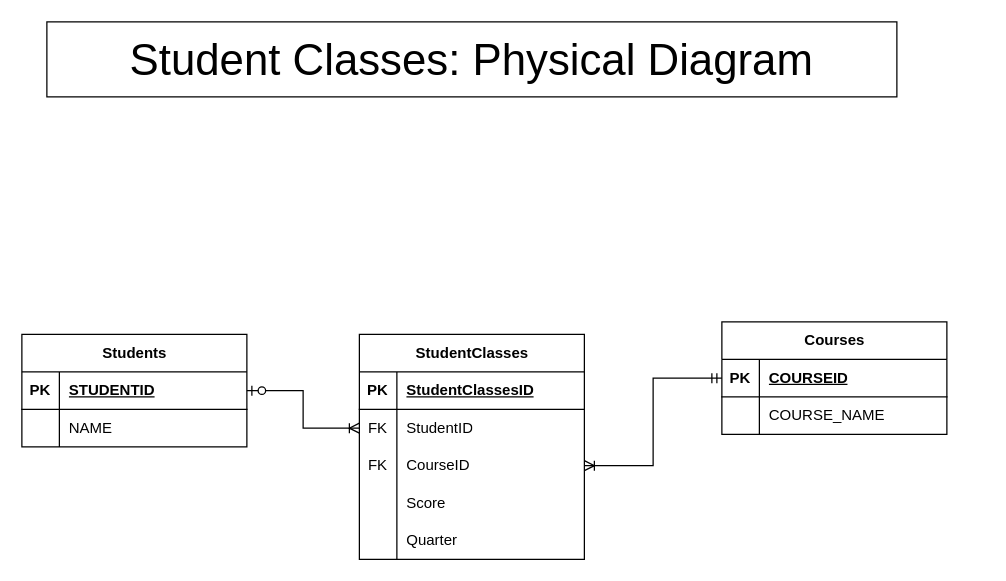
Before: Student Courses Physical Diagram.drawio in JohnBMcAllister/DrawIODiagrams, a draw.io diagram. Source tidied: cells renumbered, new cells numbered last; positions are measured from the earlier drawing's top-left corner, leaving out a move shared by most shapes. Both pictures are drawn from the tidied source at 125%, with x=0, y=0 at pixel (21, 21).
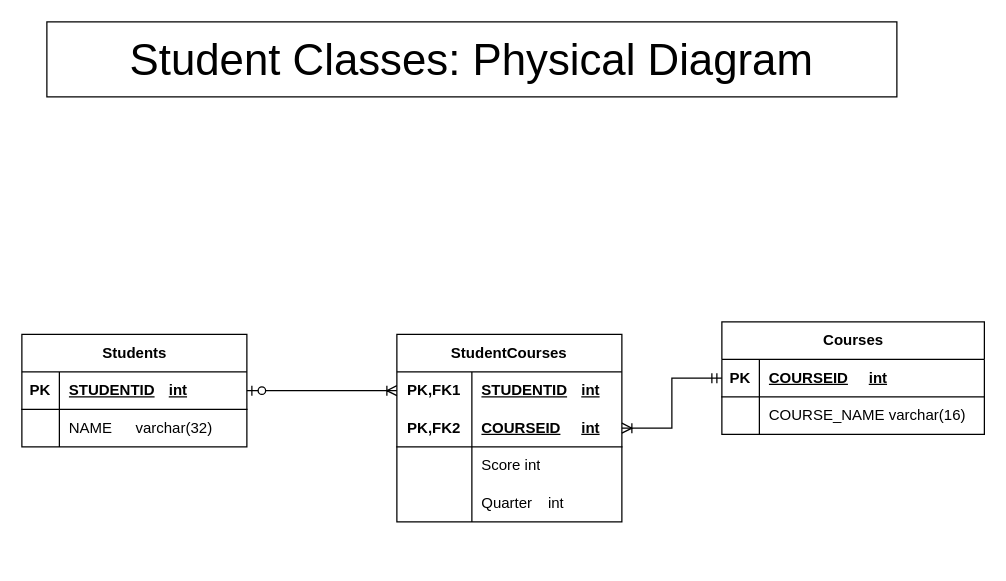
After the change.

Unchanged cells that the change refers to:
```xml
<mxCell id="11" style="shape=tableRow;horizontal=0;startSize=0;swimlaneHead=0;swimlaneBody=0;fillColor=none;points=[[0,0.5],[1,0.5]];portConstraint=eastwest;top=0;left=0;right=0;bottom=1;" parent="10" vertex="1">
  <mxGeometry y="30" width="180" height="30" as="geometry" />
</mxCell>
<mxCell id="14" style="shape=tableRow;horizontal=0;startSize=0;swimlaneHead=0;swimlaneBody=0;fillColor=none;top=0;left=0;right=0;bottom=0;" parent="10" vertex="1">
  <mxGeometry y="60" width="180" height="30" as="geometry" />
</mxCell>
```

What changed in the source:
```diff
@@
     <mxCell id="3" value="Courses" style="shape=table;startSize=30;childLayout=tableLayout;rowLines=0;fontStyle=1;align=center;html=1;" parent="1" vertex="1">
-      <mxGeometry x="560" y="240" width="180" height="90" as="geometry" />
+      <mxGeometry x="560" y="240" width="210" height="90" as="geometry" />
     </mxCell>
     <mxCell id="4" style="shape=tableRow;horizontal=0;startSize=0;swimlaneHead=0;swimlaneBody=0;fillColor=none;points=[[0,0.5],[1,0.5]];portConstraint=eastwest;top=0;left=0;right=0;bottom=1;" parent="3" vertex="1">
-      <mxGeometry y="30" width="180" height="30" as="geometry" />
+      <mxGeometry y="30" width="210" height="30" as="geometry" />
     </mxCell>
@@
-    <mxCell id="6" value="COURSEID" style="shape=partialRectangle;fillColor=none;top=0;left=0;bottom=0;right=0;align=left;spacingLeft=6;fontStyle=5;overflow=hidden;whiteSpace=wrap;html=1;" parent="4" vertex="1">
-      <mxGeometry x="30" width="150" height="30" as="geometry" />
+    <mxCell id="6" value="COURSEID&lt;span style=&quot;white-space: pre;&quot;&gt;&#9;&lt;/span&gt;int" style="shape=partialRectangle;fillColor=none;top=0;left=0;bottom=0;right=0;align=left;spacingLeft=6;fontStyle=5;overflow=hidden;whiteSpace=wrap;html=1;" parent="4" vertex="1">
+      <mxGeometry x="30" width="180" height="30" as="geometry" />
     </mxCell>
     <mxCell id="7" style="shape=tableRow;horizontal=0;startSize=0;swimlaneHead=0;swimlaneBody=0;fillColor=none;top=0;left=0;right=0;bottom=0;" parent="3" vertex="1">
-      <mxGeometry y="60" width="180" height="30" as="geometry" />
+      <mxGeometry y="60" width="210" height="30" as="geometry" />
     </mxCell>
@@
-    <mxCell id="9" value="COURSE_NAME" style="shape=partialRectangle;fillColor=none;top=0;left=0;bottom=0;right=0;align=left;spacingLeft=6;overflow=hidden;whiteSpace=wrap;html=1;" parent="7" vertex="1">
-      <mxGeometry x="30" width="150" height="30" as="geometry" />
+    <mxCell id="9" value="COURSE_NAME varchar(16)" style="shape=partialRectangle;fillColor=none;top=0;left=0;bottom=0;right=0;align=left;spacingLeft=6;overflow=hidden;whiteSpace=wrap;html=1;" parent="7" vertex="1">
+      <mxGeometry x="30" width="180" height="30" as="geometry" />
     </mxCell>
@@
-    <mxCell id="13" value="STUDENTID" style="shape=partialRectangle;fillColor=none;top=0;left=0;bottom=0;right=0;align=left;spacingLeft=6;fontStyle=5;overflow=hidden;whiteSpace=wrap;html=1;" parent="11" vertex="1">
+    <mxCell id="13" value="STUDENTID&lt;span style=&quot;white-space: pre;&quot;&gt;&#9;&lt;/span&gt;int" style="shape=partialRectangle;fillColor=none;top=0;left=0;bottom=0;right=0;align=left;spacingLeft=6;fontStyle=5;overflow=hidden;whiteSpace=wrap;html=1;" parent="11" vertex="1">
       <mxGeometry x="30" width="150" height="30" as="geometry" />
     </mxCell>
@@
-    <mxCell id="16" value="NAME" style="shape=partialRectangle;fillColor=none;top=0;left=0;bottom=0;right=0;align=left;spacingLeft=6;overflow=hidden;whiteSpace=wrap;html=1;" parent="14" vertex="1">
+    <mxCell id="16" value="NAME&lt;span style=&quot;white-space: pre;&quot;&gt;&#9;&lt;/span&gt;varchar(32)" style="shape=partialRectangle;fillColor=none;top=0;left=0;bottom=0;right=0;align=left;spacingLeft=6;overflow=hidden;whiteSpace=wrap;html=1;" parent="14" vertex="1">
       <mxGeometry x="30" width="150" height="30" as="geometry" />
     </mxCell>
-    <mxCell id="17" value="StudentClasses" style="shape=table;startSize=30;childLayout=tableLayout;rowLines=0;fontStyle=1;align=center;html=1;" parent="1" vertex="1">
-      <mxGeometry x="270" y="250" width="180" height="180" as="geometry" />
-    </mxCell>
-    <mxCell id="18" style="shape=tableRow;horizontal=0;startSize=0;swimlaneHead=0;swimlaneBody=0;fillColor=none;top=0;left=0;right=0;bottom=1;" parent="17" vertex="1">
-      <mxGeometry y="30" width="180" height="30" as="geometry" />
-    </mxCell>
-    <mxCell id="19" value="PK" style="shape=partialRectangle;fillColor=none;top=0;left=0;bottom=0;right=0;fontStyle=1;overflow=hidden;whiteSpace=wrap;html=1;" parent="18" vertex="1">
-      <mxGeometry width="30" height="30" as="geometry" />
-    </mxCell>
-    <mxCell id="20" value="StudentClassesID" style="shape=partialRectangle;fillColor=none;top=0;left=0;bottom=0;right=0;align=left;spacingLeft=6;fontStyle=5;overflow=hidden;whiteSpace=wrap;html=1;" parent="18" vertex="1">
-      <mxGeometry x="30" width="150" height="30" as="geometry" />
-    </mxCell>
-    <mxCell id="21" style="shape=tableRow;horizontal=0;startSize=0;swimlaneHead=0;swimlaneBody=0;fillColor=none;points=[[0,0.5],[1,0.5]];portConstraint=eastwest;top=0;left=0;right=0;bottom=0;" parent="17" vertex="1">
-      <mxGeometry y="60" width="180" height="30" as="geometry" />
-    </mxCell>
-    <mxCell id="22" value="FK" style="shape=partialRectangle;fillColor=none;top=0;left=0;bottom=0;right=0;overflow=hidden;whiteSpace=wrap;html=1;" parent="21" vertex="1">
-      <mxGeometry width="30" height="30" as="geometry" />
-    </mxCell>
-    <mxCell id="23" value="StudentID" style="shape=partialRectangle;fillColor=none;top=0;left=0;bottom=0;right=0;align=left;spacingLeft=6;overflow=hidden;whiteSpace=wrap;html=1;" parent="21" vertex="1">
-      <mxGeometry x="30" width="150" height="30" as="geometry" />
-    </mxCell>
-    <mxCell id="24" style="shape=tableRow;horizontal=0;startSize=0;swimlaneHead=0;swimlaneBody=0;fillColor=none;points=[[0,0.5],[1,0.5]];portConstraint=eastwest;top=0;left=0;right=0;bottom=0;" parent="17" vertex="1">
-      <mxGeometry y="90" width="180" height="30" as="geometry" />
-    </mxCell>
-    <mxCell id="25" value="FK" style="shape=partialRectangle;fillColor=none;top=0;left=0;bottom=0;right=0;overflow=hidden;whiteSpace=wrap;html=1;" parent="24" vertex="1">
-      <mxGeometry width="30" height="30" as="geometry" />
-    </mxCell>
-    <mxCell id="26" value="CourseID" style="shape=partialRectangle;fillColor=none;top=0;left=0;bottom=0;right=0;align=left;spacingLeft=6;overflow=hidden;whiteSpace=wrap;html=1;" parent="24" vertex="1">
-      <mxGeometry x="30" width="150" height="30" as="geometry" />
-    </mxCell>
-    <mxCell id="27" style="shape=tableRow;horizontal=0;startSize=0;swimlaneHead=0;swimlaneBody=0;fillColor=none;top=0;left=0;right=0;bottom=0;" parent="17" vertex="1">
-      <mxGeometry y="120" width="180" height="30" as="geometry" />
-    </mxCell>
-    <mxCell id="28" style="shape=partialRectangle;fillColor=none;top=0;left=0;bottom=0;right=0;overflow=hidden;whiteSpace=wrap;html=1;" parent="27" vertex="1">
-      <mxGeometry width="30" height="30" as="geometry" />
-    </mxCell>
-    <mxCell id="29" value="Score" style="shape=partialRectangle;fillColor=none;top=0;left=0;bottom=0;right=0;align=left;spacingLeft=6;overflow=hidden;whiteSpace=wrap;html=1;" parent="27" vertex="1">
-      <mxGeometry x="30" width="150" height="30" as="geometry" />
-    </mxCell>
-    <mxCell id="30" style="shape=tableRow;horizontal=0;startSize=0;swimlaneHead=0;swimlaneBody=0;fillColor=none;top=0;left=0;right=0;bottom=0;" parent="17" vertex="1">
-      <mxGeometry y="150" width="180" height="30" as="geometry" />
-    </mxCell>
-    <mxCell id="31" style="shape=partialRectangle;fillColor=none;top=0;left=0;bottom=0;right=0;overflow=hidden;whiteSpace=wrap;html=1;" parent="30" vertex="1">
-      <mxGeometry width="30" height="30" as="geometry" />
-    </mxCell>
-    <mxCell id="32" value="Quarter" style="shape=partialRectangle;fillColor=none;top=0;left=0;bottom=0;right=0;align=left;spacingLeft=6;overflow=hidden;whiteSpace=wrap;html=1;" parent="30" vertex="1">
-      <mxGeometry x="30" width="150" height="30" as="geometry" />
-    </mxCell>
-    <mxCell id="33" style="edgeStyle=orthogonalEdgeStyle;fontSize=12;html=1;endArrow=ERoneToMany;startArrow=ERzeroToOne;rounded=0;exitX=1;exitY=0.5;exitDx=0;exitDy=0;entryX=0;entryY=0.5;entryDx=0;entryDy=0;" parent="1" edge="1" source="11" target="21">
+    <mxCell id="33" style="edgeStyle=orthogonalEdgeStyle;fontSize=12;html=1;endArrow=ERoneToMany;startArrow=ERzeroToOne;rounded=0;exitX=1;exitY=0.5;exitDx=0;exitDy=0;entryX=0;entryY=0.5;entryDx=0;entryDy=0;" parent="1" edge="1" source="11" target="36">
       <mxGeometry relative="1" as="geometry" />
     </mxCell>
-    <mxCell id="34" style="edgeStyle=orthogonalEdgeStyle;fontSize=12;html=1;endArrow=ERoneToMany;startArrow=ERmandOne;rounded=0;exitX=0;exitY=0.5;exitDx=0;exitDy=0;" parent="1" edge="1" source="4" target="24">
+    <mxCell id="34" style="edgeStyle=orthogonalEdgeStyle;fontSize=12;html=1;endArrow=ERoneToMany;startArrow=ERmandOne;rounded=0;exitX=0;exitY=0.5;exitDx=0;exitDy=0;entryX=1;entryY=0.5;entryDx=0;entryDy=0;" parent="1" edge="1" source="4" target="39">
       <mxGeometry relative="1" as="geometry" />
     </mxCell>
+    <mxCell id="35" value="StudentCourses" style="shape=table;startSize=30;childLayout=tableLayout;rowLines=0;fontStyle=1;align=center;html=1;whiteSpace=wrap;" parent="1" vertex="1">
+      <mxGeometry x="300" y="250" width="180" height="150" as="geometry" />
+    </mxCell>
+    <mxCell id="36" style="shape=tableRow;horizontal=0;startSize=0;swimlaneHead=0;swimlaneBody=0;fillColor=none;points=[[0,0.5],[1,0.5]];portConstraint=eastwest;top=0;left=0;right=0;bottom=0;html=1;" parent="35" vertex="1">
+      <mxGeometry y="30" width="180" height="30" as="geometry" />
+    </mxCell>
+    <mxCell id="37" value="PK,FK1" style="shape=partialRectangle;fillColor=none;top=0;left=0;bottom=0;right=0;fontStyle=1;overflow=hidden;html=1;whiteSpace=wrap;" parent="36" vertex="1">
+      <mxGeometry width="60" height="30" as="geometry" />
+    </mxCell>
+    <mxCell id="38" value="STUDENTID&lt;span style=&quot;white-space: pre;&quot;&gt;&#9;&lt;/span&gt;int" style="shape=partialRectangle;fillColor=none;top=0;left=0;bottom=0;right=0;align=left;spacingLeft=6;fontStyle=5;overflow=hidden;html=1;whiteSpace=wrap;" parent="36" vertex="1">
+      <mxGeometry x="60" width="120" height="30" as="geometry" />
+    </mxCell>
+    <mxCell id="39" style="shape=tableRow;horizontal=0;startSize=0;swimlaneHead=0;swimlaneBody=0;fillColor=none;points=[[0,0.5],[1,0.5]];portConstraint=eastwest;top=0;left=0;right=0;bottom=1;html=1;" parent="35" vertex="1">
+      <mxGeometry y="60" width="180" height="30" as="geometry" />
+    </mxCell>
+    <mxCell id="40" value="PK,FK2" style="shape=partialRectangle;fillColor=none;top=0;left=0;bottom=0;right=0;fontStyle=1;overflow=hidden;html=1;whiteSpace=wrap;" parent="39" vertex="1">
+      <mxGeometry width="60" height="30" as="geometry" />
+    </mxCell>
+    <mxCell id="41" value="COURSEID&lt;span style=&quot;white-space: pre;&quot;&gt;&#9;&lt;/span&gt;int" style="shape=partialRectangle;fillColor=none;top=0;left=0;bottom=0;right=0;align=left;spacingLeft=6;fontStyle=5;overflow=hidden;html=1;whiteSpace=wrap;" parent="39" vertex="1">
+      <mxGeometry x="60" width="120" height="30" as="geometry" />
+    </mxCell>
+    <mxCell id="42" style="shape=tableRow;horizontal=0;startSize=0;swimlaneHead=0;swimlaneBody=0;fillColor=none;top=0;left=0;right=0;bottom=0;html=1;" parent="35" vertex="1">
+      <mxGeometry y="90" width="180" height="30" as="geometry" />
+    </mxCell>
+    <mxCell id="43" style="shape=partialRectangle;fillColor=none;top=0;left=0;bottom=0;right=0;overflow=hidden;html=1;whiteSpace=wrap;" parent="42" vertex="1">
+      <mxGeometry width="60" height="30" as="geometry" />
+    </mxCell>
+    <mxCell id="44" value="Score int" style="shape=partialRectangle;fillColor=none;top=0;left=0;bottom=0;right=0;align=left;spacingLeft=6;overflow=hidden;html=1;whiteSpace=wrap;" parent="42" vertex="1">
+      <mxGeometry x="60" width="120" height="30" as="geometry" />
+    </mxCell>
+    <mxCell id="45" style="shape=tableRow;horizontal=0;startSize=0;swimlaneHead=0;swimlaneBody=0;fillColor=none;top=0;left=0;right=0;bottom=0;html=1;" parent="35" vertex="1">
+      <mxGeometry y="120" width="180" height="30" as="geometry" />
+    </mxCell>
+    <mxCell id="46" style="shape=partialRectangle;fillColor=none;top=0;left=0;bottom=0;right=0;overflow=hidden;html=1;whiteSpace=wrap;" parent="45" vertex="1">
+      <mxGeometry width="60" height="30" as="geometry" />
+    </mxCell>
+    <mxCell id="47" value="Quarter&lt;span style=&quot;white-space: pre;&quot;&gt;&#9;&lt;/span&gt;int" style="shape=partialRectangle;fillColor=none;top=0;left=0;bottom=0;right=0;align=left;spacingLeft=6;overflow=hidden;html=1;whiteSpace=wrap;" parent="45" vertex="1">
+      <mxGeometry x="60" width="120" height="30" as="geometry" />
+    </mxCell>
```
